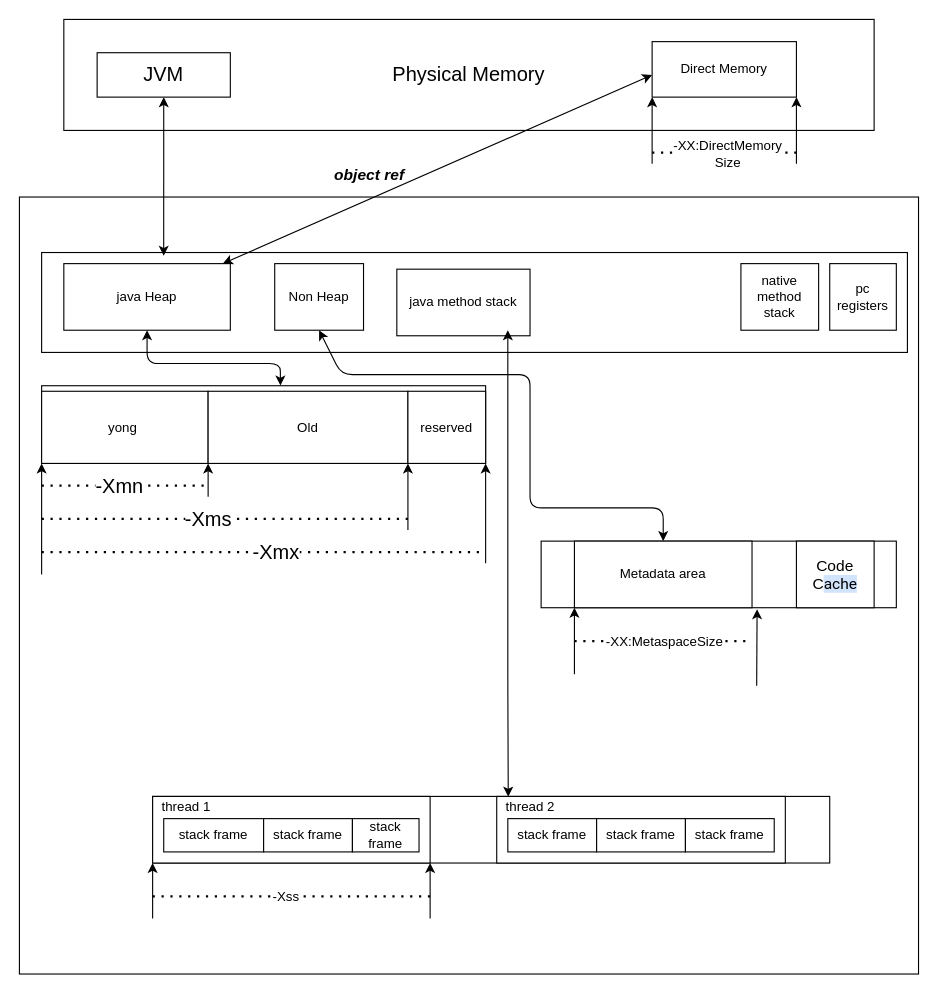
The draw.io diagram Week_01/image/JVM_parameter.drawio in 019caoyu/JAVA-01, before the edit. Source tidied: cells renumbered, new cells numbered last; positions are measured from the earlier drawing's top-left corner, leaving out a move shared by most shapes. Both pictures are drawn from the tidied source at 111%, with x=0, y=0 at pixel (19, 19).
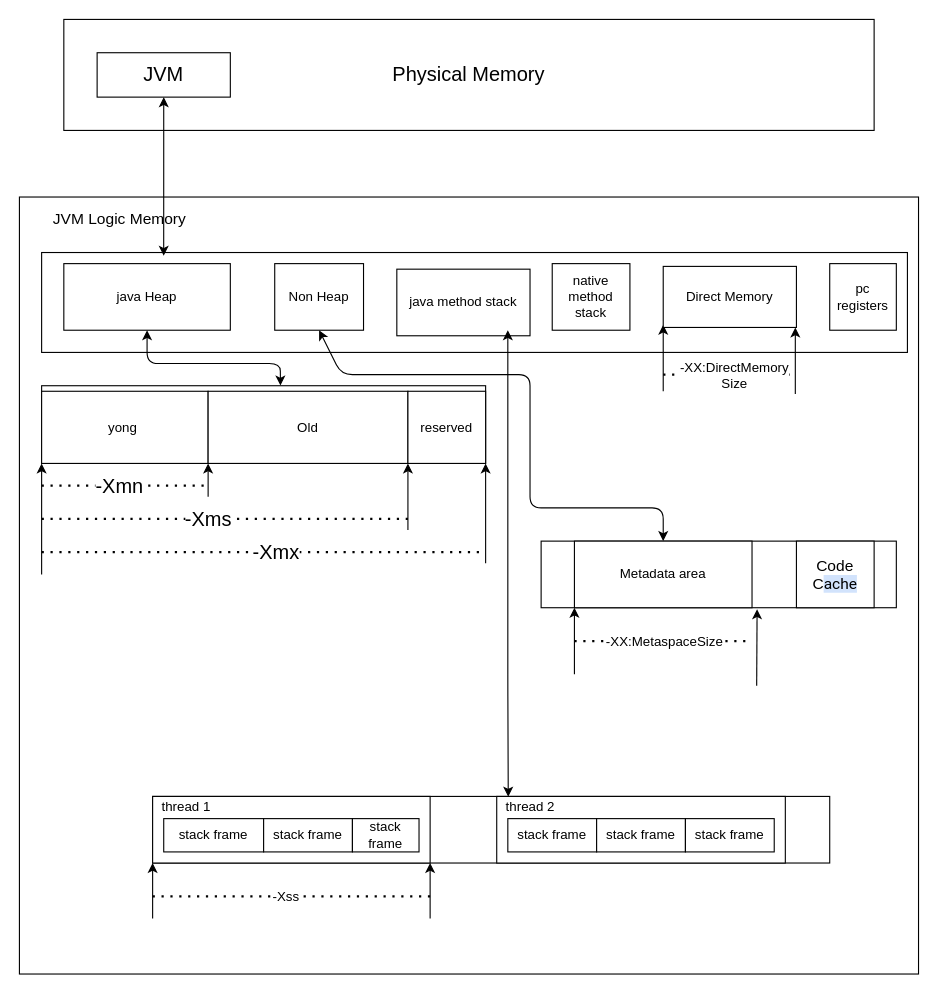
The same page after the edit.

Unchanged cells that the change refers to:
```xml
<mxCell id="6" value="java Heap" style="rounded=0;whiteSpace=wrap;html=1;" parent="1" vertex="1">
  <mxGeometry x="40" y="220" width="150" height="60" as="geometry" />
</mxCell>
```

The edit, as a diff of the source:
```diff
@@
     <mxCell id="9" value="native method stack" style="rounded=0;whiteSpace=wrap;html=1;" parent="1" vertex="1">
-      <mxGeometry x="650" y="220" width="70" height="60" as="geometry" />
+      <mxGeometry x="480" y="220" width="70" height="60" as="geometry" />
     </mxCell>
@@
     <mxCell id="49" style="endArrow=none;dashed=1;html=1;dashPattern=1 3;strokeWidth=2;" parent="1" edge="1">
       <mxGeometry relative="1" as="geometry">
-        <mxPoint x="570" y="120" as="sourcePoint" />
-        <mxPoint x="700" y="120" as="targetPoint" />
+        <mxPoint x="580" y="320" as="sourcePoint" />
+        <mxPoint x="700" y="320" as="targetPoint" />
       </mxGeometry>
     </mxCell>
@@
-    <mxCell id="53" value="Direct Memory" style="rounded=0;whiteSpace=wrap;html=1;" parent="1" vertex="1">
-      <mxGeometry x="570" y="20" width="130" height="50" as="geometry" />
-    </mxCell>
     <mxCell id="54" style="endArrow=classic;html=1;entryX=0;entryY=1;entryDx=0;entryDy=0;" parent="1" edge="1">
       <mxGeometry relative="1" as="geometry">
-        <mxPoint x="570" y="130" as="sourcePoint" />
-        <mxPoint x="570" y="70" as="targetPoint" />
+        <mxPoint x="580" y="335" as="sourcePoint" />
+        <mxPoint x="580" y="275" as="targetPoint" />
       </mxGeometry>
     </mxCell>
     <mxCell id="55" style="endArrow=classic;html=1;entryX=0;entryY=1;entryDx=0;entryDy=0;" parent="1" edge="1">
       <mxGeometry relative="1" as="geometry">
-        <mxPoint x="700" y="130" as="sourcePoint" />
-        <mxPoint x="700" y="70" as="targetPoint" />
+        <mxPoint x="699" y="337.5" as="sourcePoint" />
+        <mxPoint x="699" y="277.5" as="targetPoint" />
       </mxGeometry>
     </mxCell>
@@
-    <mxCell id="58" style="endArrow=classic;startArrow=classic;html=1;" parent="1" edge="1" source="6">
-      <mxGeometry relative="1" as="geometry">
-        <mxPoint x="570" y="50" as="targetPoint" />
-        <Array as="points">
-          <mxPoint x="570" y="50" />
-        </Array>
-      </mxGeometry>
-    </mxCell>
-    <mxCell id="59" value="&lt;font style=&quot;font-size: 14px&quot;&gt;&lt;i&gt;&lt;b&gt;object ref&lt;/b&gt;&lt;/i&gt;&lt;/font&gt;" style="text;html=1;align=center;verticalAlign=middle;fillColor=none;strokeColor=none;rounded=0;" parent="1" vertex="1">
-      <mxGeometry x="275" y="130" width="80" height="20" as="geometry" />
-    </mxCell>
+    <mxCell id="53" value="Direct Memory" style="rounded=0;whiteSpace=wrap;html=1;" parent="1" vertex="1">
+      <mxGeometry x="580" y="222.5" width="120" height="55" as="geometry" />
+    </mxCell>
+    <mxCell id="60" value="&lt;span style=&quot;font-size: 14px&quot;&gt;JVM Logic Memory&lt;/span&gt;" style="text;html=1;align=center;verticalAlign=middle;fillColor=none;strokeColor=none;rounded=0;" parent="1" vertex="1">
+      <mxGeometry x="20" y="170" width="140" height="20" as="geometry" />
+    </mxCell>
```
